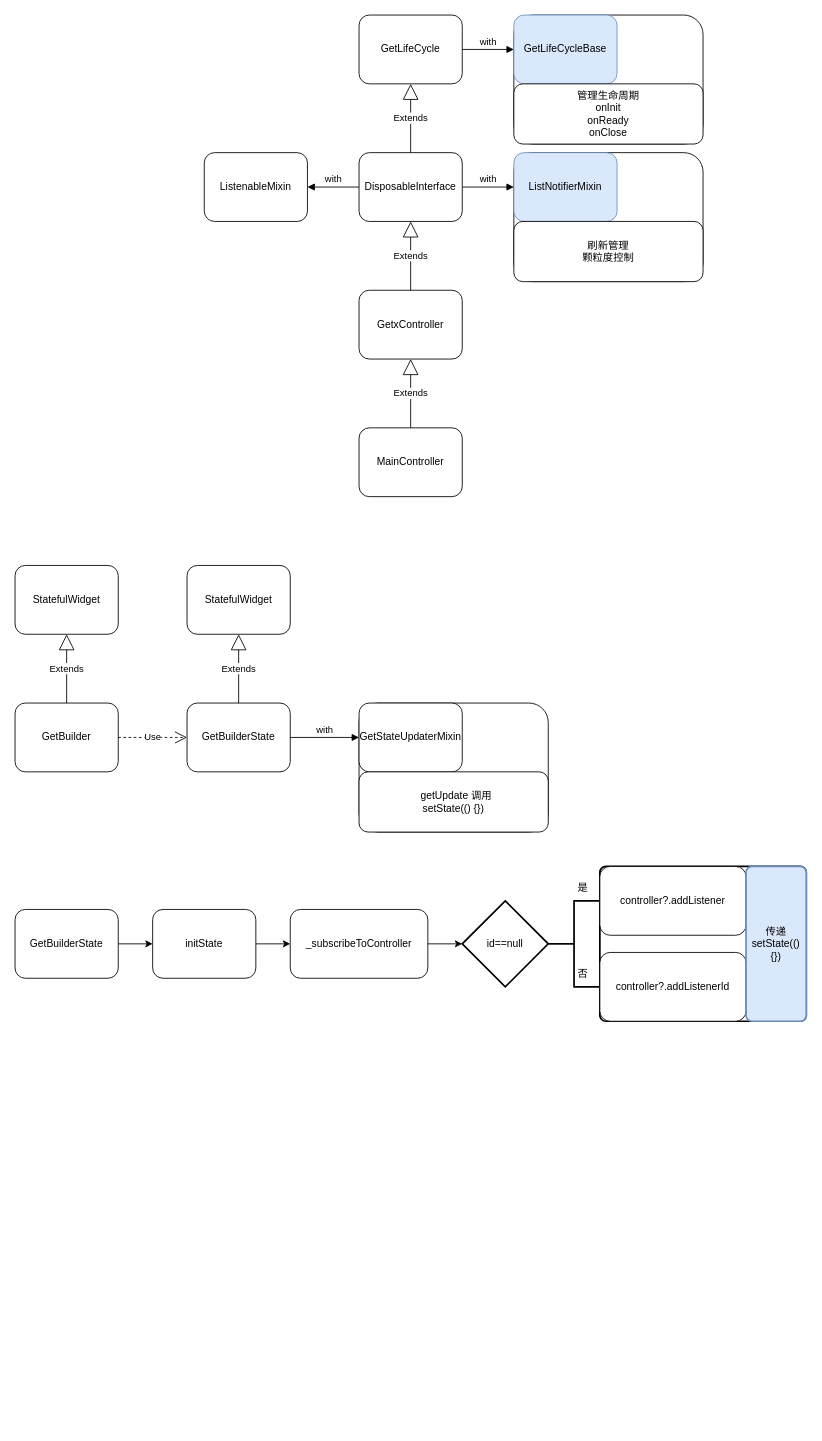
Jonty1997/personal_sources keeps this draw.io diagram as draw/Get相关.drawio. Above is the earlier version. Source tidied: cells renumbered, new cells numbered last; positions are measured from the earlier drawing's top-left corner, leaving out a move shared by most shapes. Both pictures are drawn from the tidied source at 86%, with x=0, y=0 at pixel (15, 15).
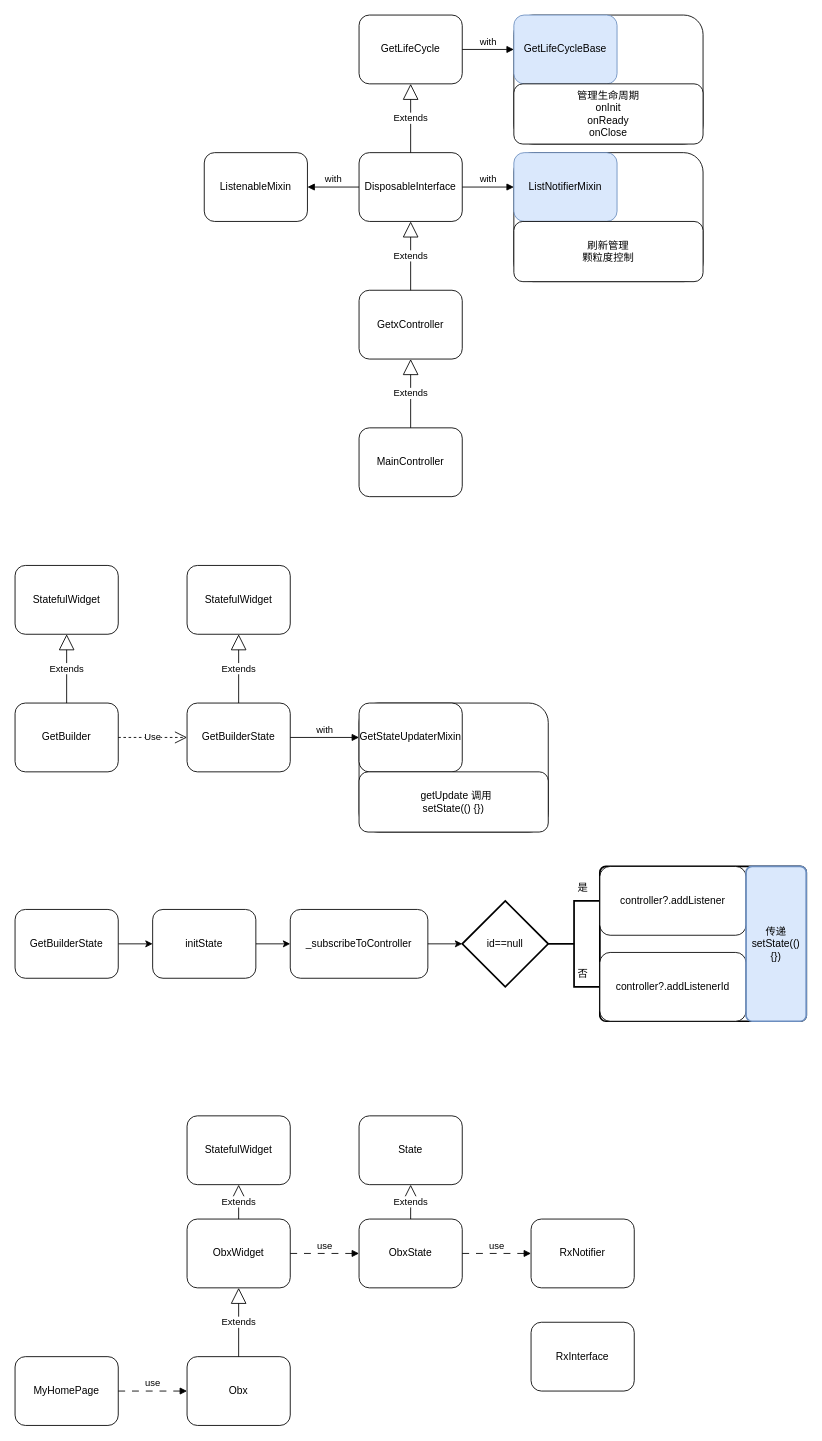
The same page after the edit.

What changed in the source:
```diff
@@
+    <mxCell id="45" value="MyHomePage" style="rounded=1;whiteSpace=wrap;html=1;" parent="1" vertex="1">
+      <mxGeometry y="1560" width="120" height="80" as="geometry" />
+    </mxCell>
+    <mxCell id="46" value="Obx" style="rounded=1;whiteSpace=wrap;html=1;" parent="1" vertex="1">
+      <mxGeometry x="200" y="1560" width="120" height="80" as="geometry" />
+    </mxCell>
+    <mxCell id="47" value="use" style="html=1;verticalAlign=bottom;endArrow=block;curved=0;rounded=0;exitX=1;exitY=0.5;exitDx=0;exitDy=0;entryX=0;entryY=0.5;entryDx=0;entryDy=0;dashed=1;dashPattern=8 8;" parent="1" edge="1" source="45" target="46">
+      <mxGeometry relative="1" as="geometry" />
+    </mxCell>
+    <mxCell id="48" value="ObxWidget" style="rounded=1;whiteSpace=wrap;html=1;" parent="1" vertex="1">
+      <mxGeometry x="200" y="1400" width="120" height="80" as="geometry" />
+    </mxCell>
+    <mxCell id="49" value="Extends" style="endArrow=block;endSize=16;endFill=0;html=1;rounded=0;entryX=0.5;entryY=1;entryDx=0;entryDy=0;exitX=0.5;exitY=0;exitDx=0;exitDy=0;" parent="1" edge="1" source="46" target="48">
+      <mxGeometry relative="1" as="geometry" />
+    </mxCell>
+    <mxCell id="50" value="StatefulWidget" style="rounded=1;whiteSpace=wrap;html=1;" parent="1" vertex="1">
+      <mxGeometry x="200" y="1280" width="120" height="80" as="geometry" />
+    </mxCell>
+    <mxCell id="51" value="Extends" style="endArrow=block;endSize=16;endFill=0;html=1;rounded=0;entryX=0.5;entryY=1;entryDx=0;entryDy=0;exitX=0.5;exitY=0;exitDx=0;exitDy=0;" parent="1" edge="1" source="48" target="50">
+      <mxGeometry relative="1" as="geometry" />
+    </mxCell>
+    <mxCell id="52" value="use" style="html=1;verticalAlign=bottom;endArrow=block;curved=0;rounded=0;exitX=1;exitY=0.5;exitDx=0;exitDy=0;dashed=1;dashPattern=8 8;entryX=0;entryY=0.5;entryDx=0;entryDy=0;" parent="1" edge="1" source="48" target="53">
+      <mxGeometry relative="1" as="geometry" />
+    </mxCell>
+    <mxCell id="53" value="ObxState" style="rounded=1;whiteSpace=wrap;html=1;" parent="1" vertex="1">
+      <mxGeometry x="400" y="1400" width="120" height="80" as="geometry" />
+    </mxCell>
+    <mxCell id="54" value="State" style="rounded=1;whiteSpace=wrap;html=1;" parent="1" vertex="1">
+      <mxGeometry x="400" y="1280" width="120" height="80" as="geometry" />
+    </mxCell>
+    <mxCell id="55" value="Extends" style="endArrow=block;endSize=16;endFill=0;html=1;rounded=0;entryX=0.5;entryY=1;entryDx=0;entryDy=0;exitX=0.5;exitY=0;exitDx=0;exitDy=0;" parent="1" edge="1" source="53" target="54">
+      <mxGeometry relative="1" as="geometry" />
+    </mxCell>
+    <mxCell id="56" value="RxNotifier" style="rounded=1;whiteSpace=wrap;html=1;" parent="1" vertex="1">
+      <mxGeometry x="600" y="1400" width="120" height="80" as="geometry" />
+    </mxCell>
+    <mxCell id="57" value="use" style="html=1;verticalAlign=bottom;endArrow=block;curved=0;rounded=0;exitX=1;exitY=0.5;exitDx=0;exitDy=0;dashed=1;dashPattern=8 8;entryX=0;entryY=0.5;entryDx=0;entryDy=0;" parent="1" edge="1" source="53" target="56">
+      <mxGeometry relative="1" as="geometry" />
+    </mxCell>
+    <mxCell id="58" value="RxInterface" style="rounded=1;whiteSpace=wrap;html=1;" parent="1" vertex="1">
+      <mxGeometry x="600" y="1520" width="120" height="80" as="geometry" />
+    </mxCell>
```
